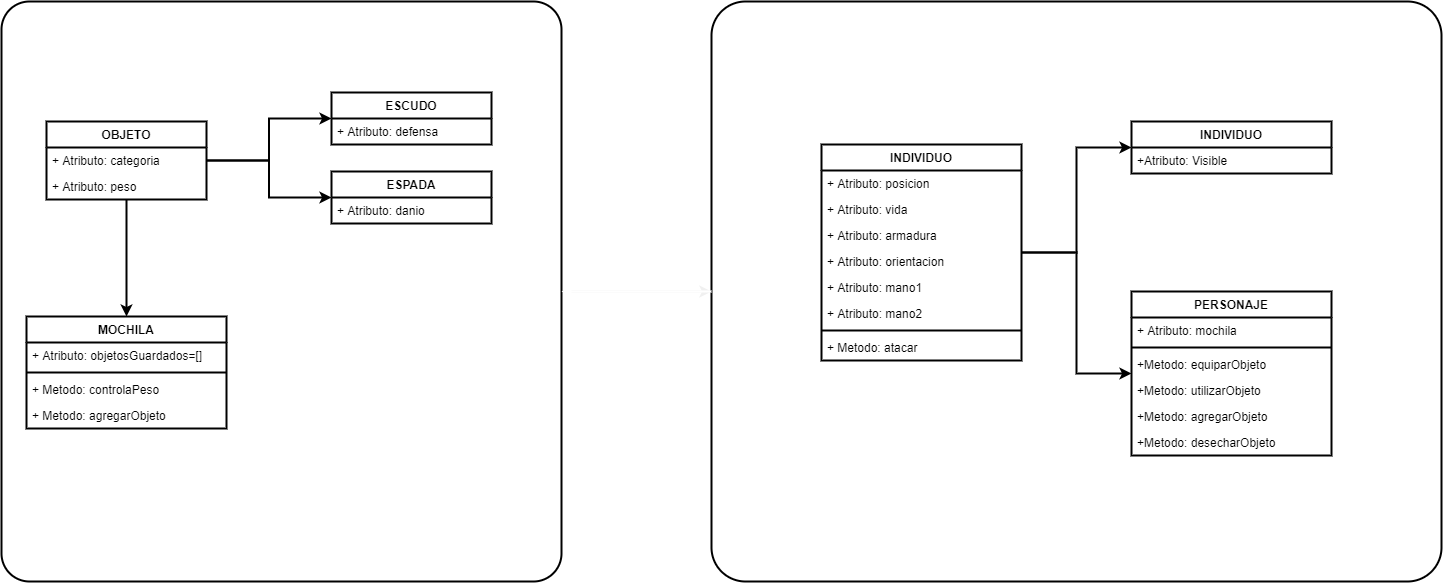
Earlier version of the draw.io export picture/presentacion/tp_algo1.drawio.png (algo1unsam/2021s1-tp-grupal-juego-recursa3). Source tidied: cells renumbered, new cells last; positions are measured from the earlier drawing's top-left corner, leaving out a move shared by most shapes.
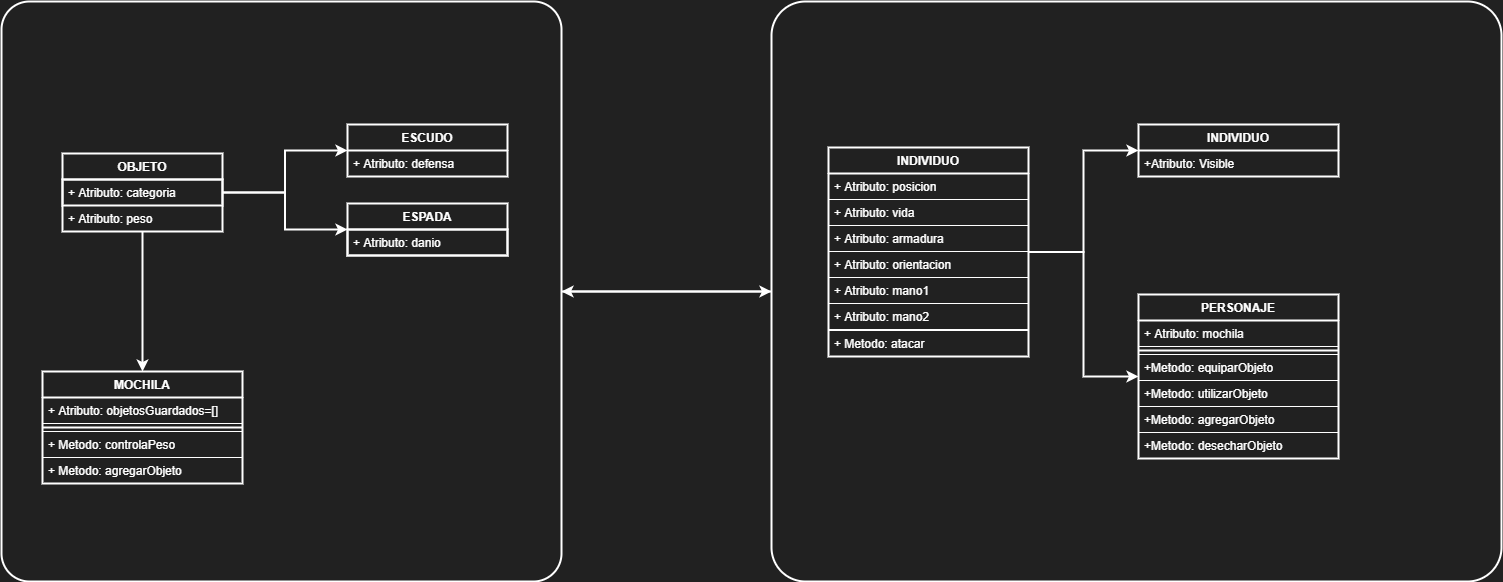
The same file after the commit.

Commit message:
se modifica grafico

Diff of the diagram source:
```diff
@@ -1,122 +1,122 @@
-<mxGraphModel>
+<mxGraphModel background="#212121">
   <root>
     <mxCell id="0" />
     <mxCell id="1" parent="0" />
-    <mxCell id="2" style="edgeStyle=orthogonalEdgeStyle;curved=0;rounded=1;sketch=0;jettySize=auto;html=1;entryX=0;entryY=0.5;entryDx=0;entryDy=0;strokeWidth=2;strokeColor=#F0F0F0;" parent="1" edge="1" source="3" target="4">
+    <mxCell id="2" style="edgeStyle=orthogonalEdgeStyle;curved=0;rounded=1;sketch=0;jettySize=auto;html=1;entryX=0;entryY=0.5;entryDx=0;entryDy=0;strokeWidth=2;fillColor=none;fontColor=#FFFFFF;strokeColor=#FFFFFF;" parent="1" edge="1" source="3" target="4">
       <mxGeometry relative="1" as="geometry" />
     </mxCell>
-    <mxCell id="3" style="rounded=1;whiteSpace=wrap;html=1;absoluteArcSize=1;arcSize=56;strokeWidth=2;" parent="1" vertex="1">
-      <mxGeometry width="560" height="580" as="geometry" />
+    <mxCell id="3" style="rounded=1;whiteSpace=wrap;html=1;absoluteArcSize=1;arcSize=56;strokeWidth=2;fillColor=none;fontColor=#FFFFFF;strokeColor=#FFFFFF;" parent="1" vertex="1">
+      <mxGeometry x="-7" y="-3" width="560" height="580" as="geometry" />
     </mxCell>
-    <mxCell id="4" style="rounded=1;whiteSpace=wrap;html=1;absoluteArcSize=1;arcSize=68;strokeWidth=2;" parent="1" vertex="1">
-      <mxGeometry x="710" width="730" height="580" as="geometry" />
+    <mxCell id="4" style="rounded=1;whiteSpace=wrap;html=1;absoluteArcSize=1;arcSize=68;strokeWidth=2;fillColor=none;fontColor=#FFFFFF;strokeColor=#FFFFFF;" parent="1" vertex="1">
+      <mxGeometry x="763" y="-3" width="730" height="580" as="geometry" />
     </mxCell>
-    <mxCell id="5" style="edgeStyle=orthogonalEdgeStyle;rounded=0;jettySize=auto;html=1;entryX=0;entryY=0.5;entryDx=0;entryDy=0;strokeWidth=2;" parent="1" edge="1" source="8" target="11">
+    <mxCell id="5" style="edgeStyle=orthogonalEdgeStyle;rounded=0;jettySize=auto;html=1;entryX=0;entryY=0.5;entryDx=0;entryDy=0;strokeWidth=2;fillColor=none;fontColor=#FFFFFF;strokeColor=#FFFFFF;" parent="1" edge="1" source="8" target="11">
       <mxGeometry relative="1" as="geometry" />
     </mxCell>
-    <mxCell id="6" style="edgeStyle=orthogonalEdgeStyle;rounded=0;jettySize=auto;html=1;strokeWidth=2;entryX=0;entryY=0.5;entryDx=0;entryDy=0;" parent="1" edge="1" source="8" target="33">
+    <mxCell id="6" style="edgeStyle=orthogonalEdgeStyle;rounded=0;jettySize=auto;html=1;strokeWidth=2;entryX=0;entryY=0.5;entryDx=0;entryDy=0;fillColor=none;fontColor=#FFFFFF;strokeColor=#FFFFFF;" parent="1" edge="1" source="8" target="33">
       <mxGeometry relative="1" as="geometry" />
     </mxCell>
-    <mxCell id="7" style="edgeStyle=orthogonalEdgeStyle;curved=0;rounded=1;sketch=0;jettySize=auto;html=1;strokeWidth=2;" parent="1" edge="1" source="8" target="35">
+    <mxCell id="7" style="edgeStyle=orthogonalEdgeStyle;curved=0;rounded=1;sketch=0;jettySize=auto;html=1;strokeWidth=2;fillColor=none;fontColor=#FFFFFF;strokeColor=#FFFFFF;" parent="1" edge="1" source="8" target="35">
       <mxGeometry relative="1" as="geometry" />
     </mxCell>
-    <mxCell id="8" value="OBJETO" style="swimlane;fontStyle=1;align=center;verticalAlign=top;horizontal=1;startSize=26;fillColor=none;strokeWidth=2;" parent="1" vertex="1">
-      <mxGeometry x="45" y="120" width="160" height="78" as="geometry" />
+    <mxCell id="8" value="OBJETO" style="swimlane;fontStyle=1;align=center;verticalAlign=top;horizontal=1;startSize=26;fillColor=none;strokeWidth=2;fontColor=#FFFFFF;strokeColor=#FFFFFF;" parent="1" vertex="1">
+      <mxGeometry x="54" y="149" width="160" height="78" as="geometry" />
     </mxCell>
-    <mxCell id="9" value="+ Atributo: categoria" style="text;strokeColor=none;fillColor=none;align=left;verticalAlign=top;spacingLeft=4;spacingRight=4;overflow=hidden;strokeWidth=2;" parent="8" vertex="1">
+    <mxCell id="9" value="+ Atributo: categoria" style="text;fillColor=none;align=left;verticalAlign=top;spacingLeft=4;spacingRight=4;overflow=hidden;strokeWidth=2;fontColor=#FFFFFF;strokeColor=#FFFFFF;" parent="8" vertex="1">
       <mxGeometry y="26" width="160" height="26" as="geometry" />
     </mxCell>
-    <mxCell id="10" value="+ Atributo: peso" style="text;strokeColor=none;fillColor=none;align=left;verticalAlign=top;spacingLeft=4;spacingRight=4;overflow=hidden;" parent="8" vertex="1">
+    <mxCell id="10" value="+ Atributo: peso" style="text;fillColor=none;align=left;verticalAlign=top;spacingLeft=4;spacingRight=4;overflow=hidden;fontColor=#FFFFFF;strokeColor=#FFFFFF;" parent="8" vertex="1">
       <mxGeometry y="52" width="160" height="26" as="geometry" />
     </mxCell>
-    <mxCell id="11" value="ESCUDO" style="swimlane;fontStyle=1;align=center;verticalAlign=top;horizontal=1;startSize=26;fillColor=none;strokeWidth=2;" parent="1" vertex="1">
-      <mxGeometry x="330" y="91" width="160" height="52" as="geometry" />
+    <mxCell id="11" value="ESCUDO" style="swimlane;fontStyle=1;align=center;verticalAlign=top;horizontal=1;startSize=26;fillColor=none;strokeWidth=2;fontColor=#FFFFFF;strokeColor=#FFFFFF;" parent="1" vertex="1">
+      <mxGeometry x="339" y="120" width="160" height="52" as="geometry" />
     </mxCell>
-    <mxCell id="12" value="+ Atributo: defensa" style="text;strokeColor=none;fillColor=none;align=left;verticalAlign=top;spacingLeft=4;spacingRight=4;overflow=hidden;" parent="11" vertex="1">
+    <mxCell id="12" value="+ Atributo: defensa" style="text;fillColor=none;align=left;verticalAlign=top;spacingLeft=4;spacingRight=4;overflow=hidden;fontColor=#FFFFFF;strokeColor=#FFFFFF;" parent="11" vertex="1">
       <mxGeometry y="26" width="160" height="26" as="geometry" />
     </mxCell>
-    <mxCell id="13" style="edgeStyle=orthogonalEdgeStyle;rounded=0;jettySize=auto;html=1;strokeWidth=2;" parent="1" edge="1" source="15" target="24">
+    <mxCell id="13" style="edgeStyle=orthogonalEdgeStyle;rounded=0;jettySize=auto;html=1;strokeWidth=2;fillColor=none;fontColor=#FFFFFF;strokeColor=#FFFFFF;" parent="1" edge="1" source="15" target="24">
       <mxGeometry relative="1" as="geometry" />
     </mxCell>
-    <mxCell id="14" style="edgeStyle=orthogonalEdgeStyle;rounded=0;jettySize=auto;html=1;strokeWidth=2;" parent="1" edge="1" source="15" target="26">
+    <mxCell id="14" style="edgeStyle=orthogonalEdgeStyle;rounded=0;jettySize=auto;html=1;strokeWidth=2;fillColor=none;fontColor=#FFFFFF;strokeColor=#FFFFFF;" parent="1" edge="1" source="15" target="26">
       <mxGeometry relative="1" as="geometry" />
     </mxCell>
-    <mxCell id="15" value="INDIVIDUO" style="swimlane;fontStyle=1;align=center;verticalAlign=top;horizontal=1;startSize=26;fillColor=none;strokeWidth=2;" parent="1" vertex="1">
-      <mxGeometry x="820" y="143" width="200" height="216" as="geometry" />
+    <mxCell id="15" value="INDIVIDUO" style="swimlane;fontStyle=1;align=center;verticalAlign=top;horizontal=1;startSize=26;fillColor=none;strokeWidth=2;fontColor=#FFFFFF;strokeColor=#FFFFFF;" parent="1" vertex="1">
+      <mxGeometry x="820" y="143" width="200" height="209" as="geometry" />
     </mxCell>
-    <mxCell id="16" value="+ Atributo: posicion" style="text;strokeColor=none;fillColor=none;align=left;verticalAlign=top;spacingLeft=4;spacingRight=4;overflow=hidden;" parent="15" vertex="1">
+    <mxCell id="16" value="+ Atributo: posicion" style="text;fillColor=none;align=left;verticalAlign=top;spacingLeft=4;spacingRight=4;overflow=hidden;fontColor=#FFFFFF;strokeColor=#FFFFFF;" parent="15" vertex="1">
       <mxGeometry y="26" width="200" height="26" as="geometry" />
     </mxCell>
-    <mxCell id="17" value="+ Atributo: vida" style="text;strokeColor=none;fillColor=none;align=left;verticalAlign=top;spacingLeft=4;spacingRight=4;overflow=hidden;" parent="15" vertex="1">
+    <mxCell id="17" value="+ Atributo: vida" style="text;fillColor=none;align=left;verticalAlign=top;spacingLeft=4;spacingRight=4;overflow=hidden;fontColor=#FFFFFF;strokeColor=#FFFFFF;" parent="15" vertex="1">
       <mxGeometry y="52" width="200" height="26" as="geometry" />
     </mxCell>
-    <mxCell id="18" value="+ Atributo: armadura" style="text;strokeColor=none;fillColor=none;align=left;verticalAlign=top;spacingLeft=4;spacingRight=4;overflow=hidden;" parent="15" vertex="1">
+    <mxCell id="18" value="+ Atributo: armadura" style="text;fillColor=none;align=left;verticalAlign=top;spacingLeft=4;spacingRight=4;overflow=hidden;fontColor=#FFFFFF;strokeColor=#FFFFFF;" parent="15" vertex="1">
       <mxGeometry y="78" width="200" height="26" as="geometry" />
     </mxCell>
-    <mxCell id="19" value="+ Atributo: orientacion" style="text;strokeColor=none;fillColor=none;align=left;verticalAlign=top;spacingLeft=4;spacingRight=4;overflow=hidden;" parent="15" vertex="1">
+    <mxCell id="19" value="+ Atributo: orientacion" style="text;fillColor=none;align=left;verticalAlign=top;spacingLeft=4;spacingRight=4;overflow=hidden;fontColor=#FFFFFF;strokeColor=#FFFFFF;" parent="15" vertex="1">
       <mxGeometry y="104" width="200" height="26" as="geometry" />
     </mxCell>
-    <mxCell id="20" value="+ Atributo: mano1" style="text;strokeColor=none;fillColor=none;align=left;verticalAlign=top;spacingLeft=4;spacingRight=4;overflow=hidden;" parent="15" vertex="1">
+    <mxCell id="20" value="+ Atributo: mano1" style="text;fillColor=none;align=left;verticalAlign=top;spacingLeft=4;spacingRight=4;overflow=hidden;fontColor=#FFFFFF;strokeColor=#FFFFFF;" parent="15" vertex="1">
       <mxGeometry y="130" width="200" height="26" as="geometry" />
     </mxCell>
-    <mxCell id="21" value="+ Atributo: mano2" style="text;strokeColor=none;fillColor=none;align=left;verticalAlign=top;spacingLeft=4;spacingRight=4;overflow=hidden;" parent="15" vertex="1">
+    <mxCell id="21" value="+ Atributo: mano2" style="text;fillColor=none;align=left;verticalAlign=top;spacingLeft=4;spacingRight=4;overflow=hidden;fontColor=#FFFFFF;strokeColor=#FFFFFF;" parent="15" vertex="1">
       <mxGeometry y="156" width="200" height="26" as="geometry" />
     </mxCell>
-    <mxCell id="22" style="line;strokeWidth=2;fillColor=none;align=left;verticalAlign=middle;spacingTop=-1;spacingLeft=3;spacingRight=3;labelPosition=right;" parent="15" vertex="1">
-      <mxGeometry y="182" width="200" height="8" as="geometry" />
+    <mxCell id="22" style="line;strokeWidth=2;fillColor=none;align=left;verticalAlign=middle;spacingTop=-1;spacingLeft=3;spacingRight=3;labelPosition=right;fontColor=#FFFFFF;strokeColor=#FFFFFF;" parent="15" vertex="1">
+      <mxGeometry y="182" width="200" height="1" as="geometry" />
     </mxCell>
-    <mxCell id="23" value="+ Metodo: atacar" style="text;strokeColor=none;fillColor=none;align=left;verticalAlign=top;spacingLeft=4;spacingRight=4;overflow=hidden;" parent="15" vertex="1">
-      <mxGeometry y="190" width="200" height="26" as="geometry" />
+    <mxCell id="23" value="+ Metodo: atacar" style="text;fillColor=none;align=left;verticalAlign=top;spacingLeft=4;spacingRight=4;overflow=hidden;fontColor=#FFFFFF;strokeColor=#FFFFFF;" parent="15" vertex="1">
+      <mxGeometry y="183" width="200" height="26" as="geometry" />
     </mxCell>
-    <mxCell id="24" value="INDIVIDUO" style="swimlane;fontStyle=1;align=center;verticalAlign=top;horizontal=1;startSize=26;fillColor=none;strokeWidth=2;" parent="1" vertex="1">
+    <mxCell id="24" value="INDIVIDUO" style="swimlane;fontStyle=1;align=center;verticalAlign=top;horizontal=1;startSize=26;fillColor=none;strokeWidth=2;fontColor=#FFFFFF;strokeColor=#FFFFFF;" parent="1" vertex="1">
       <mxGeometry x="1130" y="120" width="200" height="52" as="geometry" />
     </mxCell>
-    <mxCell id="25" value="+Atributo: Visible" style="text;strokeColor=none;fillColor=none;align=left;verticalAlign=top;spacingLeft=4;spacingRight=4;overflow=hidden;" parent="24" vertex="1">
+    <mxCell id="25" value="+Atributo: Visible" style="text;fillColor=none;align=left;verticalAlign=top;spacingLeft=4;spacingRight=4;overflow=hidden;fontColor=#FFFFFF;strokeColor=#FFFFFF;" parent="24" vertex="1">
       <mxGeometry y="26" width="200" height="26" as="geometry" />
     </mxCell>
-    <mxCell id="26" value="PERSONAJE" style="swimlane;fontStyle=1;align=center;verticalAlign=top;horizontal=1;startSize=26;fillColor=none;strokeWidth=2;" parent="1" vertex="1">
+    <mxCell id="26" value="PERSONAJE" style="swimlane;fontStyle=1;align=center;verticalAlign=top;horizontal=1;startSize=26;fillColor=none;strokeWidth=2;fontColor=#FFFFFF;strokeColor=#FFFFFF;" parent="1" vertex="1">
       <mxGeometry x="1130" y="290" width="200" height="164" as="geometry" />
     </mxCell>
-    <mxCell id="27" value="+ Atributo: mochila" style="text;strokeColor=none;fillColor=none;align=left;verticalAlign=top;spacingLeft=4;spacingRight=4;overflow=hidden;" parent="26" vertex="1">
+    <mxCell id="27" value="+ Atributo: mochila" style="text;fillColor=none;align=left;verticalAlign=top;spacingLeft=4;spacingRight=4;overflow=hidden;fontColor=#FFFFFF;strokeColor=#FFFFFF;" parent="26" vertex="1">
       <mxGeometry y="26" width="200" height="26" as="geometry" />
     </mxCell>
-    <mxCell id="28" style="line;strokeWidth=2;fillColor=none;align=left;verticalAlign=middle;spacingTop=-1;spacingLeft=3;spacingRight=3;labelPosition=right;" parent="26" vertex="1">
+    <mxCell id="28" style="line;strokeWidth=2;fillColor=none;align=left;verticalAlign=middle;spacingTop=-1;spacingLeft=3;spacingRight=3;labelPosition=right;fontColor=#FFFFFF;strokeColor=#FFFFFF;" parent="26" vertex="1">
       <mxGeometry y="52" width="200" height="8" as="geometry" />
     </mxCell>
-    <mxCell id="29" value="+Metodo: equiparObjeto" style="text;strokeColor=none;fillColor=none;align=left;verticalAlign=top;spacingLeft=4;spacingRight=4;overflow=hidden;" parent="26" vertex="1">
+    <mxCell id="29" value="+Metodo: equiparObjeto" style="text;fillColor=none;align=left;verticalAlign=top;spacingLeft=4;spacingRight=4;overflow=hidden;fontColor=#FFFFFF;strokeColor=#FFFFFF;" parent="26" vertex="1">
       <mxGeometry y="60" width="200" height="26" as="geometry" />
     </mxCell>
-    <mxCell id="30" value="+Metodo: utilizarObjeto" style="text;strokeColor=none;fillColor=none;align=left;verticalAlign=top;spacingLeft=4;spacingRight=4;overflow=hidden;" parent="26" vertex="1">
+    <mxCell id="30" value="+Metodo: utilizarObjeto" style="text;fillColor=none;align=left;verticalAlign=top;spacingLeft=4;spacingRight=4;overflow=hidden;fontColor=#FFFFFF;strokeColor=#FFFFFF;" parent="26" vertex="1">
       <mxGeometry y="86" width="200" height="26" as="geometry" />
     </mxCell>
-    <mxCell id="31" value="+Metodo: agregarObjeto" style="text;strokeColor=none;fillColor=none;align=left;verticalAlign=top;spacingLeft=4;spacingRight=4;overflow=hidden;" parent="26" vertex="1">
+    <mxCell id="31" value="+Metodo: agregarObjeto" style="text;fillColor=none;align=left;verticalAlign=top;spacingLeft=4;spacingRight=4;overflow=hidden;fontColor=#FFFFFF;strokeColor=#FFFFFF;" parent="26" vertex="1">
       <mxGeometry y="112" width="200" height="26" as="geometry" />
     </mxCell>
-    <mxCell id="32" value="+Metodo: desecharObjeto" style="text;strokeColor=none;fillColor=none;align=left;verticalAlign=top;spacingLeft=4;spacingRight=4;overflow=hidden;" parent="26" vertex="1">
+    <mxCell id="32" value="+Metodo: desecharObjeto" style="text;fillColor=none;align=left;verticalAlign=top;spacingLeft=4;spacingRight=4;overflow=hidden;fontColor=#FFFFFF;strokeColor=#FFFFFF;" parent="26" vertex="1">
       <mxGeometry y="138" width="200" height="26" as="geometry" />
     </mxCell>
-    <mxCell id="33" value="ESPADA" style="swimlane;fontStyle=1;align=center;verticalAlign=top;horizontal=1;startSize=26;fillColor=none;strokeWidth=2;" parent="1" vertex="1">
-      <mxGeometry x="330" y="170" width="160" height="52" as="geometry" />
+    <mxCell id="33" value="ESPADA" style="swimlane;fontStyle=1;align=center;verticalAlign=top;horizontal=1;startSize=26;fillColor=none;strokeWidth=2;fontColor=#FFFFFF;strokeColor=#FFFFFF;" parent="1" vertex="1">
+      <mxGeometry x="339" y="199" width="160" height="52" as="geometry" />
     </mxCell>
-    <mxCell id="34" value="+ Atributo: danio" style="text;strokeColor=none;fillColor=none;align=left;verticalAlign=top;spacingLeft=4;spacingRight=4;overflow=hidden;strokeWidth=2;" parent="33" vertex="1">
+    <mxCell id="34" value="+ Atributo: danio" style="text;fillColor=none;align=left;verticalAlign=top;spacingLeft=4;spacingRight=4;overflow=hidden;strokeWidth=2;fontColor=#FFFFFF;strokeColor=#FFFFFF;" parent="33" vertex="1">
       <mxGeometry y="26" width="160" height="26" as="geometry" />
     </mxCell>
-    <mxCell id="35" value="MOCHILA" style="swimlane;fontStyle=1;align=center;verticalAlign=top;horizontal=1;startSize=26;fillColor=none;strokeWidth=2;" parent="1" vertex="1">
-      <mxGeometry x="25" y="315" width="200" height="112" as="geometry" />
+    <mxCell id="35" value="MOCHILA" style="swimlane;fontStyle=1;align=center;verticalAlign=top;horizontal=1;startSize=26;fillColor=none;strokeWidth=2;fontColor=#FFFFFF;strokeColor=#FFFFFF;" parent="1" vertex="1">
+      <mxGeometry x="34" y="367" width="200" height="112" as="geometry" />
     </mxCell>
-    <mxCell id="36" value="+ Atributo: objetosGuardados=[]" style="text;strokeColor=none;fillColor=none;align=left;verticalAlign=top;spacingLeft=4;spacingRight=4;overflow=hidden;" parent="35" vertex="1">
+    <mxCell id="36" value="+ Atributo: objetosGuardados=[]" style="text;fillColor=none;align=left;verticalAlign=top;spacingLeft=4;spacingRight=4;overflow=hidden;fontColor=#FFFFFF;strokeColor=#FFFFFF;" parent="35" vertex="1">
       <mxGeometry y="26" width="200" height="26" as="geometry" />
     </mxCell>
-    <mxCell id="37" style="line;strokeWidth=2;fillColor=none;align=left;verticalAlign=middle;spacingTop=-1;spacingLeft=3;spacingRight=3;labelPosition=right;" parent="35" vertex="1">
+    <mxCell id="37" style="line;strokeWidth=2;fillColor=none;align=left;verticalAlign=middle;spacingTop=-1;spacingLeft=3;spacingRight=3;labelPosition=right;fontColor=#FFFFFF;strokeColor=#FFFFFF;" parent="35" vertex="1">
       <mxGeometry y="52" width="200" height="8" as="geometry" />
     </mxCell>
-    <mxCell id="38" value="+ Metodo: controlaPeso" style="text;strokeColor=none;fillColor=none;align=left;verticalAlign=top;spacingLeft=4;spacingRight=4;overflow=hidden;" parent="35" vertex="1">
+    <mxCell id="38" value="+ Metodo: controlaPeso" style="text;fillColor=none;align=left;verticalAlign=top;spacingLeft=4;spacingRight=4;overflow=hidden;fontColor=#FFFFFF;strokeColor=#FFFFFF;" parent="35" vertex="1">
       <mxGeometry y="60" width="200" height="26" as="geometry" />
     </mxCell>
-    <mxCell id="39" value="+ Metodo: agregarObjeto" style="text;strokeColor=none;fillColor=none;align=left;verticalAlign=top;spacingLeft=4;spacingRight=4;overflow=hidden;" parent="35" vertex="1">
+    <mxCell id="39" value="+ Metodo: agregarObjeto" style="text;fillColor=none;align=left;verticalAlign=top;spacingLeft=4;spacingRight=4;overflow=hidden;fontColor=#FFFFFF;strokeColor=#FFFFFF;" parent="35" vertex="1">
       <mxGeometry y="86" width="200" height="26" as="geometry" />
     </mxCell>
-    <mxCell id="40" style="edgeStyle=orthogonalEdgeStyle;curved=0;rounded=1;sketch=0;jettySize=auto;html=1;entryX=1;entryY=0.5;entryDx=0;entryDy=0;strokeWidth=2;strokeColor=#FFFFFF;" parent="1" edge="1" source="4" target="3">
+    <mxCell id="40" style="edgeStyle=orthogonalEdgeStyle;curved=0;rounded=1;sketch=0;jettySize=auto;html=1;entryX=1;entryY=0.5;entryDx=0;entryDy=0;strokeWidth=2;fillColor=none;fontColor=#FFFFFF;strokeColor=#FFFFFF;" parent="1" edge="1" source="4" target="3">
       <mxGeometry relative="1" as="geometry" />
     </mxCell>
   </root>
```
